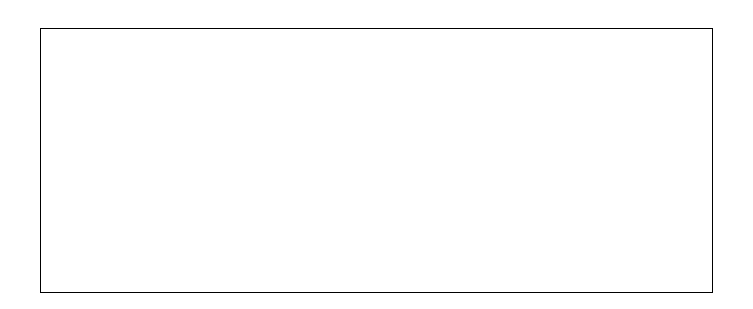
Earlier version of the draw.io diagram Library Catelog Program/Janacek Elevation/Savannah.drawio (ghthompson/Group-Project-for-Visual-Basic). Source tidied: cells renumbered, new cells numbered last; positions are measured from the earlier drawing's top-left corner, leaving out a move shared by most shapes. Both pictures are drawn from the tidied source at 100%, with x=0, y=0 at pixel (40, 28).
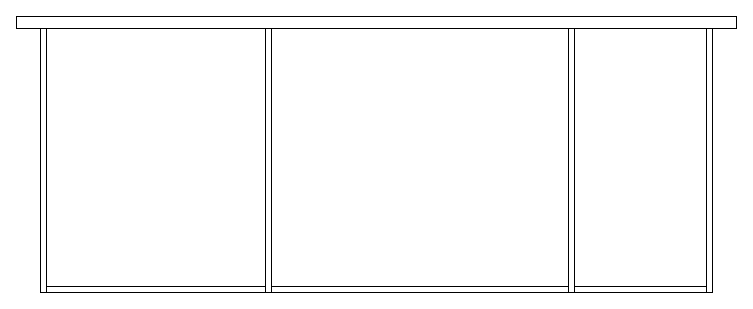
The same diagram, later.

Commit message (it also covers changes not shown here):
Update Janacek Elevation/Savannah.drawio

What changed in the source:
```diff
@@
 <mxGraphModel>
   <root>
     <mxCell id="0" />
     <mxCell id="1" parent="0" />
     <mxCell id="2" style="rounded=0;whiteSpace=wrap;html=1;" parent="1" vertex="1">
       <mxGeometry width="672" height="264" as="geometry" />
     </mxCell>
+    <mxCell id="3" style="rounded=0;whiteSpace=wrap;html=1;" parent="1" vertex="1">
+      <mxGeometry x="-24" y="-12" width="720" height="12" as="geometry" />
+    </mxCell>
+    <mxCell id="4" style="rounded=0;whiteSpace=wrap;html=1;" parent="1" vertex="1">
+      <mxGeometry width="6" height="264" as="geometry" />
+    </mxCell>
+    <mxCell id="5" style="rounded=0;whiteSpace=wrap;html=1;" parent="1" vertex="1">
+      <mxGeometry x="666" width="6" height="264" as="geometry" />
+    </mxCell>
+    <mxCell id="6" style="rounded=0;whiteSpace=wrap;html=1;" parent="1" vertex="1">
+      <mxGeometry x="6" y="258" width="660" height="6" as="geometry" />
+    </mxCell>
+    <mxCell id="7" style="rounded=0;whiteSpace=wrap;html=1;" parent="1" vertex="1">
+      <mxGeometry x="225" width="6" height="264" as="geometry" />
+    </mxCell>
+    <mxCell id="8" style="rounded=0;whiteSpace=wrap;html=1;" parent="1" vertex="1">
+      <mxGeometry x="528" width="6" height="264" as="geometry" />
+    </mxCell>
   </root>
 </mxGraphModel>
```
